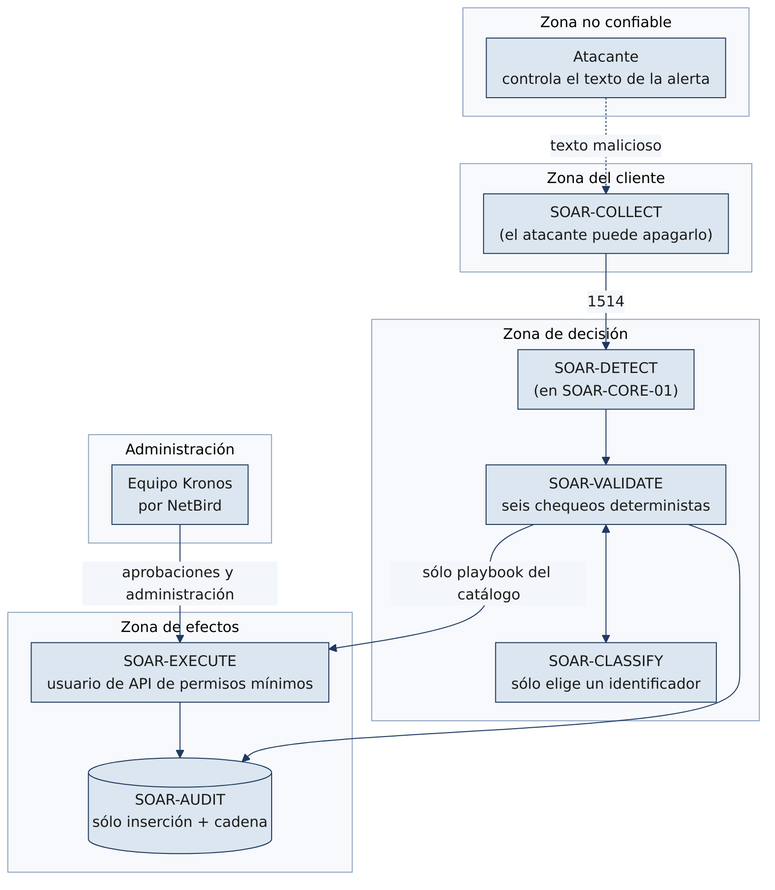
The Mermaid diagram docs/diagramas/17_zonas_confianza.png in soaria186/kronos-ai, before a commit. Its source is kept beside it as docs/diagramas/17_zonas_confianza.mmd. Source of this version:
```mermaid
flowchart TB
    subgraph Z0["Zona no confiable"]
        ATK["Atacante<br/>controla el texto de la alerta"]

    end
    subgraph Z1["Zona del cliente"]
        AGT["SOAR-COLLECT<br/>(el atacante puede apagarlo)"]
    end
    subgraph Z2["Zona de decisión"]
        DET2["SOAR-DETECT<br/>(en SOAR-CORE-01)"]
        CLS["SOAR-CLASSIFY<br/>sólo elige un identificador"]
        VAL2["SOAR-VALIDATE<br/>seis chequeos deterministas"]
    end
    subgraph Z3["Zona de efectos"]
        EXE2["SOAR-EXECUTE<br/>usuario de API de permisos mínimos"]
        AUD2[("SOAR-AUDIT<br/>sólo inserción + cadena")]
    end
    subgraph Z4["Administración"]
        ADM["Equipo Kronos<br/>por NetBird"]
    end
    ATK -. "texto malicioso" .-> AGT
    AGT -- "1514" --> DET2
    DET2 --> VAL2
    VAL2 <--> CLS
    VAL2 -- "sólo playbook del catálogo" --> EXE2
    EXE2 --> AUD2
    VAL2 --> AUD2
    ADM -- "aprobaciones y administración" --> EXE2
```
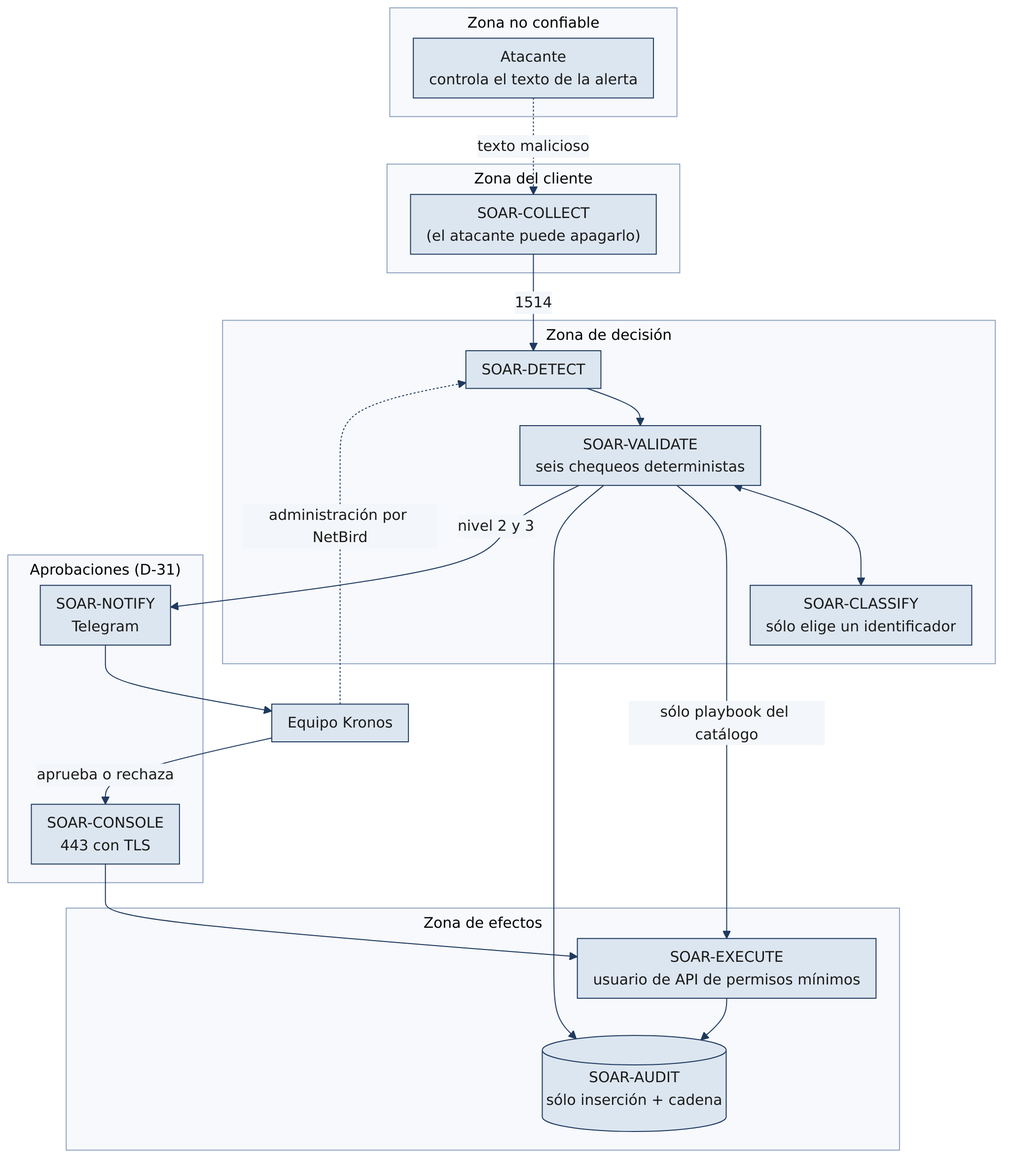
After the commit.

The edit, as a diff of the source:
```diff
@@ -1,13 +1,12 @@
 flowchart TB
     subgraph Z0["Zona no confiable"]
         ATK["Atacante<br/>controla el texto de la alerta"]
-
     end
     subgraph Z1["Zona del cliente"]
         AGT["SOAR-COLLECT<br/>(el atacante puede apagarlo)"]
     end
     subgraph Z2["Zona de decisión"]
-        DET2["SOAR-DETECT<br/>(en SOAR-CORE-01)"]
+        DET2["SOAR-DETECT"]
         CLS["SOAR-CLASSIFY<br/>sólo elige un identificador"]
         VAL2["SOAR-VALIDATE<br/>seis chequeos deterministas"]
     end
@@ -15,14 +14,20 @@
         EXE2["SOAR-EXECUTE<br/>usuario de API de permisos mínimos"]
         AUD2[("SOAR-AUDIT<br/>sólo inserción + cadena")]
     end
-    subgraph Z4["Administración"]
-        ADM["Equipo Kronos<br/>por NetBird"]
+    subgraph Z4["Aprobaciones (D-31)"]
+        NOT2["SOAR-NOTIFY<br/>Telegram"]
+        CON2["SOAR-CONSOLE<br/>443 con TLS"]
     end
+    ADM["Equipo Kronos"]
     ATK -. "texto malicioso" .-> AGT
     AGT -- "1514" --> DET2
     DET2 --> VAL2
     VAL2 <--> CLS
     VAL2 -- "sólo playbook del catálogo" --> EXE2
+    VAL2 --> AUD2
     EXE2 --> AUD2
-    VAL2 --> AUD2
-    ADM -- "aprobaciones y administración" --> EXE2
+    VAL2 -- "nivel 2 y 3" --> NOT2
+    NOT2 --> ADM
+    ADM -- "aprueba o rechaza" --> CON2
+    CON2 --> EXE2
+    ADM -. "administración por NetBird" .-> DET2
```
